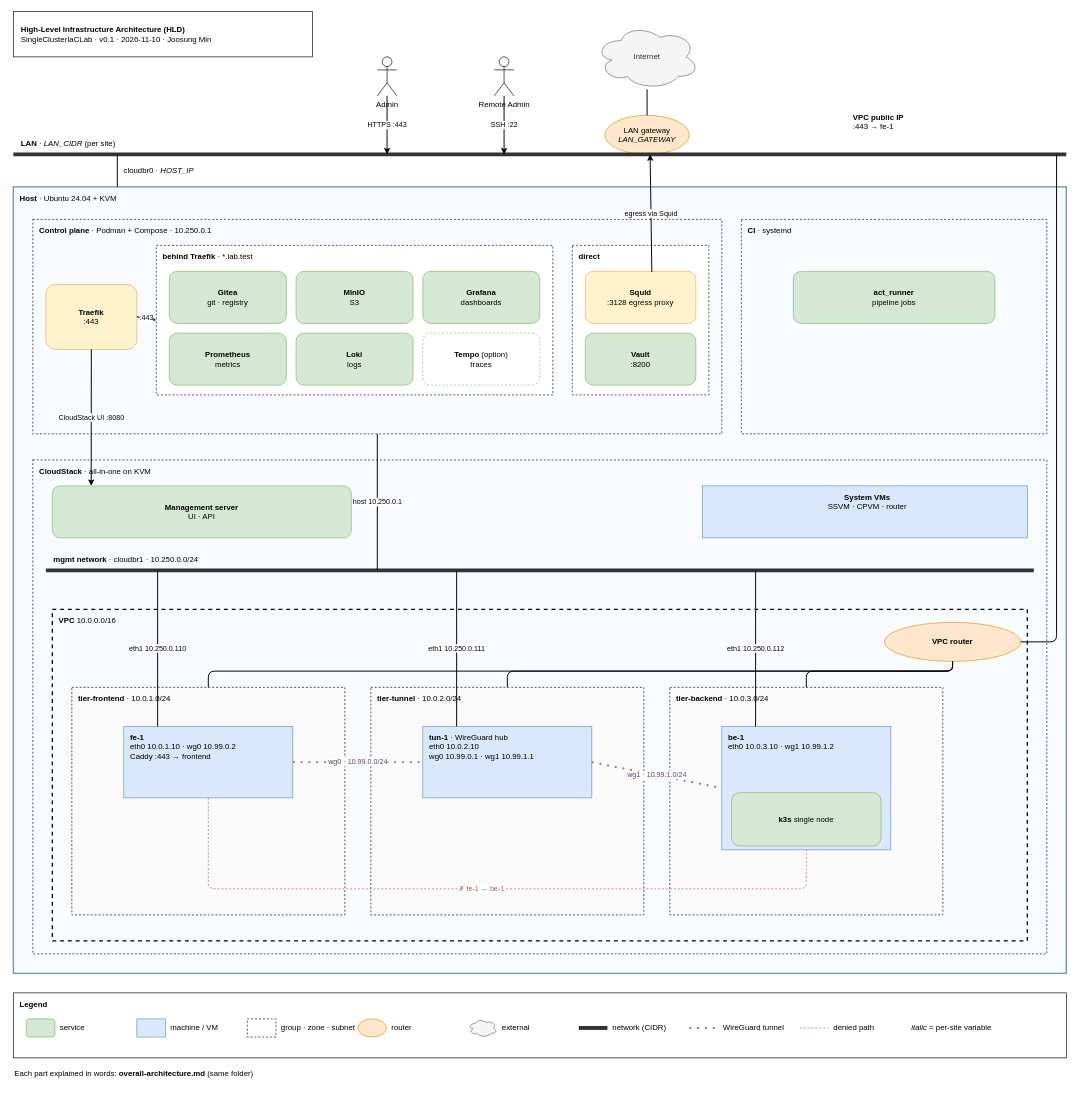
This is docs/diagram/hld/overall-architecture.drawio from jmin1231/SingleClusterIaCLab, a draw.io file, before an edit. Source tidied: cells renumbered, new cells numbered last; positions are measured from the earlier drawing's top-left corner, leaving out a move shared by most shapes. Both pictures are drawn from the tidied source at 65%, with x=0, y=0 at pixel (13, 11).
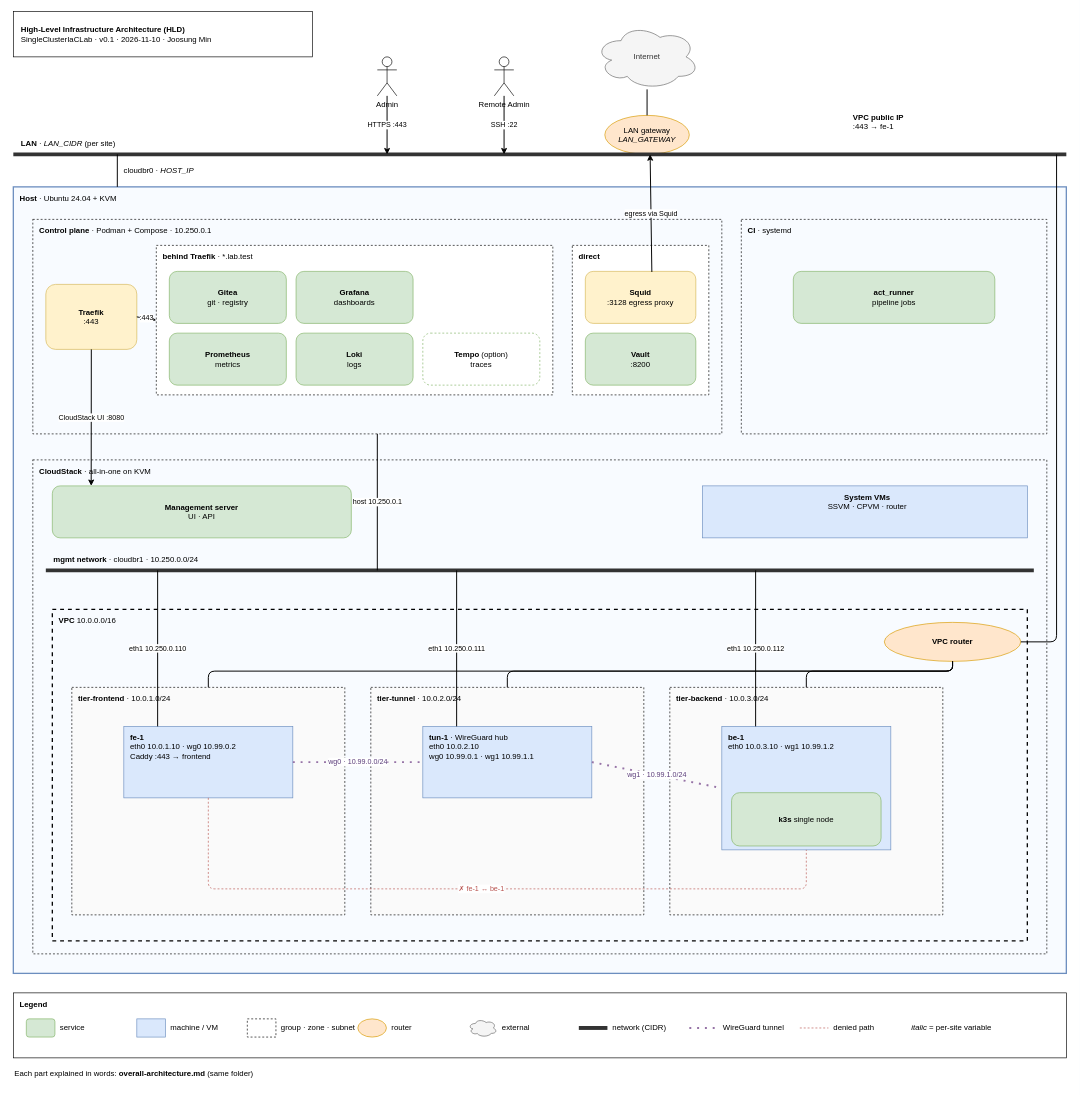
Above is the later version.

The change refers to these unchanged cells:
```xml
<mxCell id="15" value="&lt;b&gt;behind Traefik&lt;/b&gt; · *.lab.test" style="rounded=0;whiteSpace=wrap;html=1;dashed=1;fillColor=none;verticalAlign=top;align=left;spacingLeft=8;spacingTop=4;fillColor=#ffffff;" parent="13" vertex="1">
  <mxGeometry x="190" y="40" width="610" height="230" as="geometry" />
</mxCell>
```

Diff of the diagram source:
```diff
@@
-    <mxCell id="17" value="&lt;b&gt;MinIO&lt;/b&gt;&lt;br&gt;S3" style="rounded=1;whiteSpace=wrap;html=1;fillColor=#d5e8d4;strokeColor=#82b366;" parent="15" vertex="1">
-      <mxGeometry x="215" y="40" width="180" height="80" as="geometry" />
-    </mxCell>
     <mxCell id="18" value="&lt;b&gt;Grafana&lt;/b&gt;&lt;br&gt;dashboards" style="rounded=1;whiteSpace=wrap;html=1;fillColor=#d5e8d4;strokeColor=#82b366;" parent="15" vertex="1">
-      <mxGeometry x="410" y="40" width="180" height="80" as="geometry" />
+      <mxGeometry x="215" y="40" width="180" height="80" as="geometry" />
     </mxCell>
```
